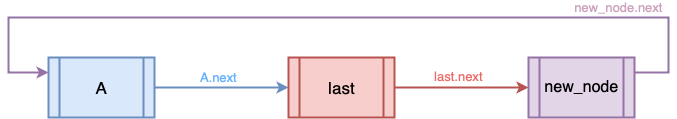
Earlier version of the draw.io export assets/data-structure/linked-list/cll-singly-insert3.png (euisblue/vue-blog). Source tidied: cells renumbered, new cells last; positions are measured from the earlier drawing's top-left corner, leaving out a move shared by most shapes.
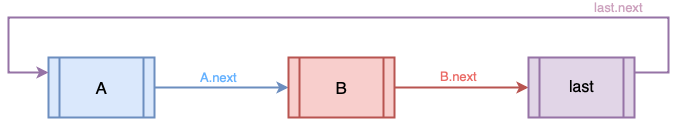
After the commit.

Diff of the diagram source:
```diff
@@ -8,7 +8,7 @@
     <mxCell id="3" value="&lt;font&gt;&lt;font style=&quot;font-size: 17px&quot;&gt;A&lt;/font&gt;&lt;br&gt;&lt;/font&gt;" style="shape=process;whiteSpace=wrap;html=1;backgroundOutline=1;strokeWidth=2;fillColor=#dae8fc;strokeColor=#6c8ebf;fontStyle=0;fontFamily=Helvetica;fontSize=14;labelBackgroundColor=none;labelBorderColor=none;" parent="1" vertex="1">
       <mxGeometry x="40" y="40" width="106" height="60" as="geometry" />
     </mxCell>
-    <mxCell id="4" value="&lt;font color=&quot;#ea6b66&quot; style=&quot;font-size: 13px ; line-height: 95%&quot;&gt;last.next&lt;/font&gt;" style="edgeStyle=orthogonalEdgeStyle;rounded=0;jettySize=auto;html=1;exitX=1;exitY=0.5;exitDx=0;exitDy=0;entryX=0;entryY=0.5;entryDx=0;entryDy=0;fillColor=#f8cecc;strokeColor=#b85450;strokeWidth=2;labelBackgroundColor=none;labelBorderColor=none;fontFamily=Helvetica;align=center;" parent="1" edge="1" source="5" target="7">
+    <mxCell id="4" value="&lt;font color=&quot;#ea6b66&quot; style=&quot;font-size: 13px ; line-height: 95%&quot;&gt;B.next&lt;/font&gt;" style="edgeStyle=orthogonalEdgeStyle;rounded=0;jettySize=auto;html=1;exitX=1;exitY=0.5;exitDx=0;exitDy=0;entryX=0;entryY=0.5;entryDx=0;entryDy=0;fillColor=#f8cecc;strokeColor=#b85450;strokeWidth=2;labelBackgroundColor=none;labelBorderColor=none;fontFamily=Helvetica;align=center;" parent="1" edge="1" source="5" target="7">
       <mxGeometry x="-0.04" y="10" relative="1" as="geometry">
         <Array as="points">
           <mxPoint x="440" y="70" />
@@ -16,10 +16,10 @@
         </Array>
       </mxGeometry>
     </mxCell>
-    <mxCell id="5" value="&lt;font&gt;&lt;font style=&quot;font-size: 17px&quot;&gt;last&lt;/font&gt;&lt;br&gt;&lt;/font&gt;" style="shape=process;whiteSpace=wrap;html=1;backgroundOutline=1;strokeWidth=2;fillColor=#f8cecc;strokeColor=#b85450;fontStyle=0;fontFamily=Helvetica;fontSize=14;labelBackgroundColor=none;labelBorderColor=none;" parent="1" vertex="1">
+    <mxCell id="5" value="&lt;font&gt;&lt;font style=&quot;font-size: 17px&quot;&gt;B&lt;/font&gt;&lt;br&gt;&lt;/font&gt;" style="shape=process;whiteSpace=wrap;html=1;backgroundOutline=1;strokeWidth=2;fillColor=#f8cecc;strokeColor=#b85450;fontStyle=0;fontFamily=Helvetica;fontSize=14;labelBackgroundColor=none;labelBorderColor=none;" parent="1" vertex="1">
       <mxGeometry x="280" y="40" width="106" height="60" as="geometry" />
     </mxCell>
-    <mxCell id="6" value="&lt;span style=&quot;color: rgb(205, 162, 190); font-family: helvetica; font-size: 13px; font-style: normal; font-weight: normal; letter-spacing: normal; text-align: center; text-indent: 0px; text-transform: none; word-spacing: 0px; text-decoration: none; display: inline; float: none;&quot;&gt;new_node.next&lt;/span&gt;" style="edgeStyle=orthogonalEdgeStyle;rounded=0;jettySize=auto;html=1;exitX=1;exitY=0.25;exitDx=0;exitDy=0;entryX=0;entryY=0.25;entryDx=0;entryDy=0;labelBackgroundColor=none;strokeWidth=2;fontFamily=Helvetica;fontColor=#666666;align=center;fillColor=#e1d5e7;strokeColor=#9673a6;" parent="1" edge="1" source="7" target="3">
+    <mxCell id="6" value="&lt;span style=&quot;color: rgb(205 , 162 , 190) ; font-family: &amp;#34;helvetica&amp;#34; ; font-size: 13px ; font-style: normal ; font-weight: normal ; letter-spacing: normal ; text-align: center ; text-indent: 0px ; text-transform: none ; word-spacing: 0px ; text-decoration: none ; display: inline ; float: none&quot;&gt;last.next&lt;/span&gt;" style="edgeStyle=orthogonalEdgeStyle;rounded=0;jettySize=auto;html=1;exitX=1;exitY=0.25;exitDx=0;exitDy=0;entryX=0;entryY=0.25;entryDx=0;entryDy=0;labelBackgroundColor=none;strokeWidth=2;fontFamily=Helvetica;fontColor=#666666;align=center;fillColor=#e1d5e7;strokeColor=#9673a6;" parent="1" edge="1" source="7" target="3">
       <mxGeometry x="-0.67" y="-10" relative="1" as="geometry">
         <Array as="points">
           <mxPoint x="660" y="55" />
@@ -29,7 +29,7 @@
         </Array>
       </mxGeometry>
     </mxCell>
-    <mxCell id="7" value="&lt;font&gt;&lt;font style=&quot;font-size: 16px&quot;&gt;new_node&lt;/font&gt;&lt;br&gt;&lt;/font&gt;" style="shape=process;whiteSpace=wrap;html=1;backgroundOutline=1;strokeWidth=2;fillColor=#e1d5e7;strokeColor=#9673a6;fontStyle=0;fontFamily=Helvetica;fontSize=14;labelBackgroundColor=none;labelBorderColor=none;" parent="1" vertex="1">
+    <mxCell id="7" value="&lt;font&gt;&lt;font style=&quot;font-size: 16px&quot;&gt;last&lt;/font&gt;&lt;br&gt;&lt;/font&gt;" style="shape=process;whiteSpace=wrap;html=1;backgroundOutline=1;strokeWidth=2;fillColor=#e1d5e7;strokeColor=#9673a6;fontStyle=0;fontFamily=Helvetica;fontSize=14;labelBackgroundColor=none;labelBorderColor=none;" parent="1" vertex="1">
       <mxGeometry x="520" y="40" width="106" height="60" as="geometry" />
     </mxCell>
   </root>
```
